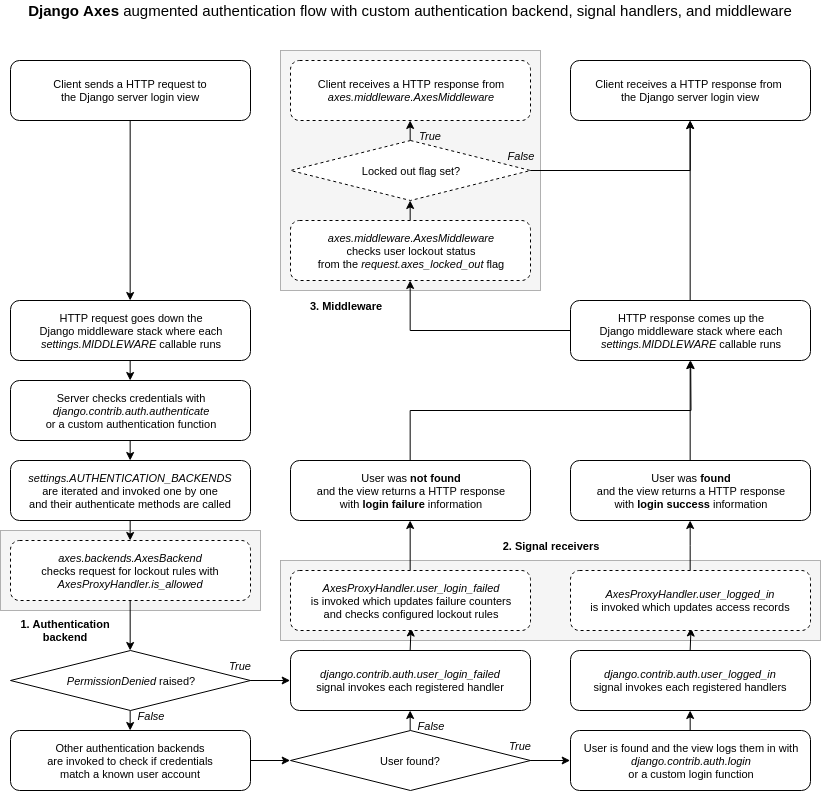
The draw.io diagram docs/images/flow.png in jazzband/django-axes, before a commit. Source tidied: cells renumbered, new cells last; positions are measured from the earlier drawing's top-left corner, leaving out a move shared by most shapes.
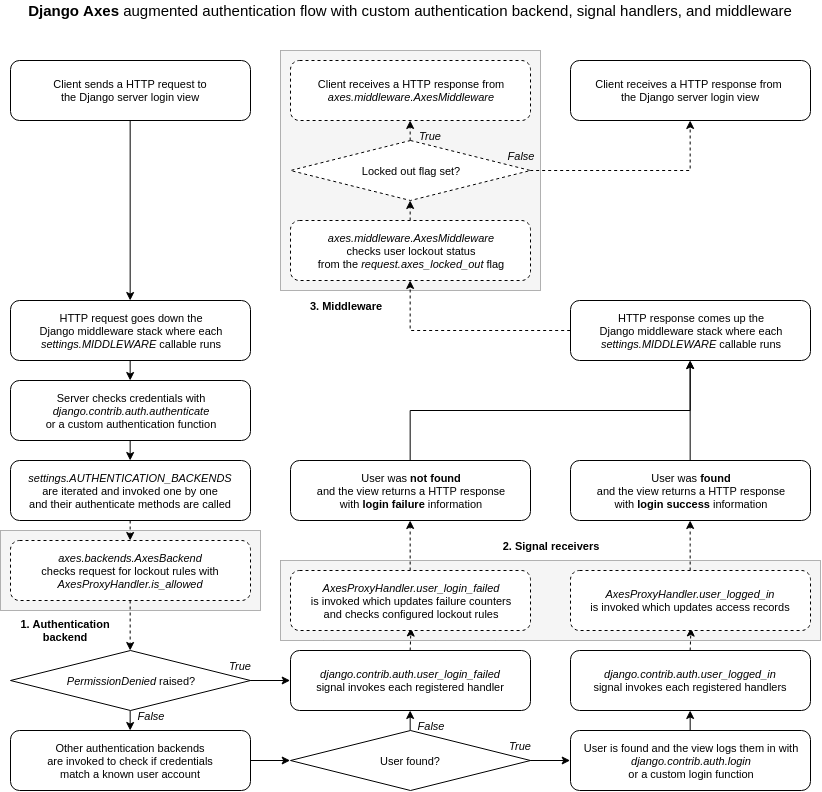
Later version of the same file.

Commit message:
Further update login flow diagram

Diff of the diagram source:
```diff
@@ -28,3 +28,3 @@
     </mxCell>
-    <mxCell id="10" style="edgeStyle=orthogonalEdgeStyle;rounded=0;jettySize=auto;html=1;exitX=0.5;exitY=1;exitDx=0;exitDy=0;entryX=0.5;entryY=0;entryDx=0;entryDy=0;fontSize=11;" parent="1" edge="1" source="11" target="13">
+    <mxCell id="10" style="edgeStyle=orthogonalEdgeStyle;rounded=0;jettySize=auto;html=1;exitX=0.5;exitY=1;exitDx=0;exitDy=0;entryX=0.5;entryY=0;entryDx=0;entryDy=0;fontSize=11;dashed=1;" parent="1" edge="1" source="11" target="13">
       <mxGeometry relative="1" as="geometry" />
@@ -34,3 +34,3 @@
     </mxCell>
-    <mxCell id="12" style="edgeStyle=orthogonalEdgeStyle;rounded=0;jettySize=auto;html=1;exitX=0.5;exitY=1;exitDx=0;exitDy=0;entryX=0.5;entryY=0;entryDx=0;entryDy=0;fontSize=11;" parent="1" edge="1" source="13" target="9">
+    <mxCell id="12" style="edgeStyle=orthogonalEdgeStyle;rounded=0;jettySize=auto;html=1;exitX=0.5;exitY=1;exitDx=0;exitDy=0;entryX=0.5;entryY=0;entryDx=0;entryDy=0;fontSize=11;dashed=1;" parent="1" edge="1" source="13" target="9">
       <mxGeometry relative="1" as="geometry" />
@@ -55,3 +55,3 @@
     </mxCell>
-    <mxCell id="19" style="edgeStyle=orthogonalEdgeStyle;rounded=0;jettySize=auto;html=1;exitX=0.5;exitY=0;exitDx=0;exitDy=0;entryX=0.5;entryY=1;entryDx=0;entryDy=0;fontSize=11;" parent="1" edge="1" source="20" target="44">
+    <mxCell id="19" style="edgeStyle=orthogonalEdgeStyle;rounded=0;jettySize=auto;html=1;exitX=0.5;exitY=0;exitDx=0;exitDy=0;entryX=0.5;entryY=1;entryDx=0;entryDy=0;fontSize=11;" parent="1" edge="1" source="20" target="43">
       <mxGeometry relative="1" as="geometry" />
@@ -61,3 +61,3 @@
     </mxCell>
-    <mxCell id="21" style="edgeStyle=orthogonalEdgeStyle;rounded=0;jettySize=auto;html=1;exitX=0.5;exitY=0;exitDx=0;exitDy=0;entryX=0.5;entryY=1;entryDx=0;entryDy=0;fontSize=11;" parent="1" edge="1" source="22">
+    <mxCell id="21" style="edgeStyle=orthogonalEdgeStyle;rounded=0;jettySize=auto;html=1;exitX=0.5;exitY=0;exitDx=0;exitDy=0;entryX=0.5;entryY=1;entryDx=0;entryDy=0;fontSize=11;dashed=1;" parent="1" edge="1" source="22">
       <mxGeometry relative="1" as="geometry">
@@ -81,9 +81,9 @@
     </mxCell>
-    <mxCell id="27" style="edgeStyle=orthogonalEdgeStyle;rounded=0;jettySize=auto;html=1;exitX=0.5;exitY=0;exitDx=0;exitDy=0;entryX=0.5;entryY=1;entryDx=0;entryDy=0;fontSize=11;" parent="1" edge="1" source="40" target="42">
+    <mxCell id="27" style="edgeStyle=orthogonalEdgeStyle;rounded=0;jettySize=auto;html=1;exitX=0.5;exitY=0;exitDx=0;exitDy=0;entryX=0.5;entryY=1;entryDx=0;entryDy=0;fontSize=11;dashed=1;" parent="1" edge="1" source="39" target="41">
       <mxGeometry relative="1" as="geometry" />
     </mxCell>
-    <mxCell id="28" style="edgeStyle=orthogonalEdgeStyle;rounded=0;jettySize=auto;html=1;exitX=0.5;exitY=0;exitDx=0;exitDy=0;entryX=0.5;entryY=1;entryDx=0;entryDy=0;fontSize=11;" parent="1" edge="1" source="30" target="31">
+    <mxCell id="28" style="edgeStyle=orthogonalEdgeStyle;rounded=0;jettySize=auto;html=1;exitX=0.5;exitY=0;exitDx=0;exitDy=0;entryX=0.5;entryY=1;entryDx=0;entryDy=0;fontSize=11;dashed=1;" parent="1" edge="1" source="30" target="31">
       <mxGeometry relative="1" as="geometry" />
     </mxCell>
-    <mxCell id="29" style="edgeStyle=orthogonalEdgeStyle;rounded=0;jettySize=auto;html=1;exitX=1;exitY=0.5;exitDx=0;exitDy=0;entryX=0.5;entryY=1;entryDx=0;entryDy=0;fontSize=11;" parent="1" edge="1" source="30" target="32">
+    <mxCell id="29" style="edgeStyle=orthogonalEdgeStyle;rounded=0;jettySize=auto;html=1;exitX=1;exitY=0.5;exitDx=0;exitDy=0;entryX=0.5;entryY=1;entryDx=0;entryDy=0;fontSize=11;dashed=1;" parent="1" edge="1" source="30" target="32">
       <mxGeometry relative="1" as="geometry" />
@@ -99,78 +99,73 @@
     </mxCell>
-    <mxCell id="33" style="edgeStyle=orthogonalEdgeStyle;rounded=0;jettySize=auto;html=1;exitX=0.5;exitY=0;exitDx=0;exitDy=0;entryX=0.5;entryY=1;entryDx=0;entryDy=0;fontSize=11;" parent="1" edge="1" source="35" target="32">
+    <mxCell id="33" style="edgeStyle=orthogonalEdgeStyle;rounded=0;jettySize=auto;html=1;exitX=0;exitY=0.5;exitDx=0;exitDy=0;fontSize=11;dashed=1;" parent="1" edge="1" source="34" target="36">
       <mxGeometry relative="1" as="geometry" />
     </mxCell>
-    <mxCell id="34" style="edgeStyle=orthogonalEdgeStyle;rounded=0;jettySize=auto;html=1;exitX=0;exitY=0.5;exitDx=0;exitDy=0;fontSize=11;" parent="1" edge="1" source="35" target="37">
-      <mxGeometry relative="1" as="geometry" />
+    <mxCell id="34" value="&lt;font style=&quot;font-size: 11px&quot;&gt;HTTP response comes up the&lt;br style=&quot;font-size: 11px&quot;&gt;Django middleware stack where each&lt;br style=&quot;font-size: 11px&quot;&gt;&lt;i style=&quot;font-size: 11px&quot;&gt;settings.MIDDLEWARE&lt;/i&gt;&amp;nbsp;callable runs&lt;/font&gt;&lt;br style=&quot;font-size: 11px&quot;&gt;" style="rounded=1;whiteSpace=wrap;html=1;fontSize=11;" parent="1" vertex="1">
+      <mxGeometry x="570" y="300" width="240" height="60" as="geometry" />
     </mxCell>
-    <mxCell id="35" value="&lt;font style=&quot;font-size: 11px&quot;&gt;HTTP response comes up the&lt;br style=&quot;font-size: 11px&quot;&gt;Django middleware stack where each&lt;br style=&quot;font-size: 11px&quot;&gt;&lt;i style=&quot;font-size: 11px&quot;&gt;settings.MIDDLEWARE&lt;/i&gt;&amp;nbsp;callable runs&lt;/font&gt;&lt;br style=&quot;font-size: 11px&quot;&gt;" style="rounded=1;whiteSpace=wrap;html=1;fontSize=11;" parent="1" vertex="1">
-      <mxGeometry x="570" y="300" width="240" height="60" as="geometry" />
+    <mxCell id="35" style="edgeStyle=orthogonalEdgeStyle;rounded=0;jettySize=auto;html=1;exitX=0.5;exitY=0;exitDx=0;exitDy=0;entryX=0.5;entryY=1;entryDx=0;entryDy=0;fontSize=11;dashed=1;" parent="1" edge="1" source="36" target="30">
+      <mxGeometry relative="1" as="geometry" />
     </mxCell>
-    <mxCell id="36" style="edgeStyle=orthogonalEdgeStyle;rounded=0;jettySize=auto;html=1;exitX=0.5;exitY=0;exitDx=0;exitDy=0;entryX=0.5;entryY=1;entryDx=0;entryDy=0;fontSize=11;" parent="1" edge="1" source="37" target="30">
-      <mxGeometry relative="1" as="geometry" />
+    <mxCell id="36" value="&lt;font style=&quot;font-size: 11px&quot;&gt;&lt;font style=&quot;font-size: 11px;&quot;&gt;&lt;i style=&quot;font-size: 11px;&quot;&gt;axes.middleware.AxesMiddleware&lt;/i&gt;&lt;br style=&quot;font-size: 11px;&quot;&gt;checks user lockout status&lt;br style=&quot;font-size: 11px;&quot;&gt;&lt;/font&gt;from the &lt;i style=&quot;font-size: 11px;&quot;&gt;request.axes_locked_out&lt;/i&gt; flag&lt;/font&gt;&lt;br style=&quot;font-size: 11px;&quot;&gt;" style="rounded=1;whiteSpace=wrap;html=1;dashed=1;fontSize=11;" parent="1" vertex="1">
+      <mxGeometry x="290" y="220" width="240" height="60" as="geometry" />
     </mxCell>
-    <mxCell id="37" value="&lt;font style=&quot;font-size: 11px&quot;&gt;&lt;font style=&quot;font-size: 11px;&quot;&gt;&lt;i style=&quot;font-size: 11px;&quot;&gt;axes.middleware.AxesMiddleware&lt;/i&gt;&lt;br style=&quot;font-size: 11px;&quot;&gt;checks user lockout status&lt;br style=&quot;font-size: 11px;&quot;&gt;&lt;/font&gt;from the &lt;i style=&quot;font-size: 11px;&quot;&gt;request.axes_locked_out&lt;/i&gt; flag&lt;/font&gt;&lt;br style=&quot;font-size: 11px;&quot;&gt;" style="rounded=1;whiteSpace=wrap;html=1;dashed=1;fontSize=11;" parent="1" vertex="1">
-      <mxGeometry x="290" y="220" width="240" height="60" as="geometry" />
+    <mxCell id="37" value="&lt;i style=&quot;font-size: 11px;&quot;&gt;&lt;font style=&quot;font-size: 11px;&quot;&gt;False&lt;/font&gt;&lt;/i&gt;" style="text;html=1;strokeColor=none;fillColor=none;align=center;verticalAlign=middle;whiteSpace=wrap;rounded=0;dashed=1;fontSize=11;" parent="1" vertex="1">
+      <mxGeometry x="410" y="720" width="40" height="10" as="geometry" />
     </mxCell>
-    <mxCell id="38" value="&lt;i style=&quot;font-size: 11px;&quot;&gt;&lt;font style=&quot;font-size: 11px;&quot;&gt;False&lt;/font&gt;&lt;/i&gt;" style="text;html=1;strokeColor=none;fillColor=none;align=center;verticalAlign=middle;whiteSpace=wrap;rounded=0;dashed=1;fontSize=11;" parent="1" vertex="1">
-      <mxGeometry x="410" y="720" width="40" height="10" as="geometry" />
+    <mxCell id="38" value="&lt;i style=&quot;font-size: 11px;&quot;&gt;&lt;font style=&quot;font-size: 11px;&quot;&gt;True&lt;/font&gt;&lt;/i&gt;" style="text;html=1;strokeColor=none;fillColor=none;align=center;verticalAlign=middle;whiteSpace=wrap;rounded=0;dashed=1;fontSize=11;" parent="1" vertex="1">
+      <mxGeometry x="500" y="740" width="40" height="10" as="geometry" />
     </mxCell>
-    <mxCell id="39" value="&lt;i style=&quot;font-size: 11px;&quot;&gt;&lt;font style=&quot;font-size: 11px;&quot;&gt;True&lt;/font&gt;&lt;/i&gt;" style="text;html=1;strokeColor=none;fillColor=none;align=center;verticalAlign=middle;whiteSpace=wrap;rounded=0;dashed=1;fontSize=11;" parent="1" vertex="1">
-      <mxGeometry x="500" y="740" width="40" height="10" as="geometry" />
+    <mxCell id="39" value="&lt;font style=&quot;font-size: 11px&quot;&gt;&lt;i style=&quot;font-size: 11px&quot;&gt;AxesProxyHandler.user_login_failed&lt;/i&gt;&lt;br style=&quot;font-size: 11px&quot;&gt;is invoked which&amp;nbsp;updates failure counters&lt;br&gt;and checks configured lockout rules&lt;/font&gt;&lt;br style=&quot;font-size: 11px&quot;&gt;" style="rounded=1;whiteSpace=wrap;html=1;dashed=1;fontSize=11;" parent="1" vertex="1">
+      <mxGeometry x="290" y="570" width="240" height="60" as="geometry" />
     </mxCell>
-    <mxCell id="40" value="&lt;font style=&quot;font-size: 11px&quot;&gt;&lt;i style=&quot;font-size: 11px&quot;&gt;AxesProxyHandler.user_login_failed&lt;/i&gt;&lt;br style=&quot;font-size: 11px&quot;&gt;is invoked which&amp;nbsp;updates failure counters&lt;br&gt;and checks configured lockout rules&lt;/font&gt;&lt;br style=&quot;font-size: 11px&quot;&gt;" style="rounded=1;whiteSpace=wrap;html=1;dashed=1;fontSize=11;" parent="1" vertex="1">
-      <mxGeometry x="290" y="570" width="240" height="60" as="geometry" />
+    <mxCell id="40" style="edgeStyle=orthogonalEdgeStyle;rounded=0;jettySize=auto;html=1;exitX=0.5;exitY=0;exitDx=0;exitDy=0;entryX=0.5;entryY=1;entryDx=0;entryDy=0;fontSize=11;" parent="1" edge="1" source="41" target="34">
+      <mxGeometry relative="1" as="geometry" />
     </mxCell>
-    <mxCell id="41" style="edgeStyle=orthogonalEdgeStyle;rounded=0;jettySize=auto;html=1;exitX=0.5;exitY=0;exitDx=0;exitDy=0;entryX=0.5;entryY=1;entryDx=0;entryDy=0;fontSize=11;" parent="1" edge="1" source="42" target="35">
-      <mxGeometry relative="1" as="geometry" />
+    <mxCell id="41" value="&lt;font style=&quot;font-size: 11px&quot;&gt;User was &lt;b style=&quot;font-size: 11px;&quot;&gt;not found&lt;/b&gt;&lt;br style=&quot;font-size: 11px;&quot;&gt;and the view returns a HTTP response&lt;br style=&quot;font-size: 11px;&quot;&gt;with &lt;b style=&quot;font-size: 11px;&quot;&gt;login failure&lt;/b&gt; information&lt;/font&gt;&lt;br style=&quot;font-size: 11px;&quot;&gt;" style="rounded=1;whiteSpace=wrap;html=1;fontSize=11;" parent="1" vertex="1">
+      <mxGeometry x="290" y="460" width="240" height="60" as="geometry" />
     </mxCell>
-    <mxCell id="42" value="&lt;font style=&quot;font-size: 11px&quot;&gt;User was &lt;b style=&quot;font-size: 11px;&quot;&gt;not found&lt;/b&gt;&lt;br style=&quot;font-size: 11px;&quot;&gt;and the view returns a HTTP response&lt;br style=&quot;font-size: 11px;&quot;&gt;with &lt;b style=&quot;font-size: 11px;&quot;&gt;login failure&lt;/b&gt; information&lt;/font&gt;&lt;br style=&quot;font-size: 11px;&quot;&gt;" style="rounded=1;whiteSpace=wrap;html=1;fontSize=11;" parent="1" vertex="1">
-      <mxGeometry x="290" y="460" width="240" height="60" as="geometry" />
+    <mxCell id="42" style="edgeStyle=orthogonalEdgeStyle;rounded=0;jettySize=auto;html=1;exitX=0.5;exitY=0;exitDx=0;exitDy=0;entryX=0.5;entryY=1;entryDx=0;entryDy=0;fontSize=11;dashed=1;" parent="1" edge="1" source="43">
+      <mxGeometry relative="1" as="geometry">
+        <mxPoint x="690.5" y="627.5" as="targetPoint" />
+      </mxGeometry>
     </mxCell>
-    <mxCell id="43" style="edgeStyle=orthogonalEdgeStyle;rounded=0;jettySize=auto;html=1;exitX=0.5;exitY=0;exitDx=0;exitDy=0;entryX=0.5;entryY=1;entryDx=0;entryDy=0;fontSize=11;" parent="1" edge="1" source="44">
-      <mxGeometry relative="1" as="geometry">
-        <mxPoint x="690.5" y="627.5" as="targetPoint" />
-      </mxGeometry>
+    <mxCell id="43" value="&lt;font style=&quot;font-size: 11px&quot;&gt;&lt;i&gt;django.contrib.auth.user_logged_in&lt;br style=&quot;font-size: 11px&quot;&gt;&lt;/i&gt;signal invokes each registered handlers&lt;/font&gt;&lt;br style=&quot;font-size: 11px&quot;&gt;" style="rounded=1;whiteSpace=wrap;html=1;fontSize=11;" parent="1" vertex="1">
+      <mxGeometry x="570" y="650" width="240" height="60" as="geometry" />
     </mxCell>
-    <mxCell id="44" value="&lt;font style=&quot;font-size: 11px&quot;&gt;&lt;i&gt;django.contrib.auth.user_logged_in&lt;br style=&quot;font-size: 11px&quot;&gt;&lt;/i&gt;signal invokes each registered handlers&lt;/font&gt;&lt;br style=&quot;font-size: 11px&quot;&gt;" style="rounded=1;whiteSpace=wrap;html=1;fontSize=11;" parent="1" vertex="1">
-      <mxGeometry x="570" y="650" width="240" height="60" as="geometry" />
+    <mxCell id="44" style="edgeStyle=orthogonalEdgeStyle;rounded=0;jettySize=auto;html=1;exitX=0.5;exitY=0;exitDx=0;exitDy=0;fontSize=11;dashed=1;" parent="1" edge="1" source="45" target="55">
+      <mxGeometry relative="1" as="geometry" />
     </mxCell>
-    <mxCell id="45" style="edgeStyle=orthogonalEdgeStyle;rounded=0;jettySize=auto;html=1;exitX=0.5;exitY=0;exitDx=0;exitDy=0;fontSize=11;" parent="1" edge="1" source="46" target="56">
-      <mxGeometry relative="1" as="geometry" />
+    <mxCell id="45" value="&lt;font style=&quot;font-size: 11px&quot;&gt;&lt;i style=&quot;font-size: 11px;&quot;&gt;AxesProxyHandler.user_logged_in&lt;/i&gt;&lt;br style=&quot;font-size: 11px;&quot;&gt;is invoked which updates access records&lt;/font&gt;&lt;br style=&quot;font-size: 11px;&quot;&gt;" style="rounded=1;whiteSpace=wrap;html=1;dashed=1;fontSize=11;" parent="1" vertex="1">
+      <mxGeometry x="570" y="570" width="240" height="60" as="geometry" />
     </mxCell>
-    <mxCell id="46" value="&lt;font style=&quot;font-size: 11px&quot;&gt;&lt;i style=&quot;font-size: 11px;&quot;&gt;AxesProxyHandler.user_logged_in&lt;/i&gt;&lt;br style=&quot;font-size: 11px;&quot;&gt;is invoked which updates access records&lt;/font&gt;&lt;br style=&quot;font-size: 11px;&quot;&gt;" style="rounded=1;whiteSpace=wrap;html=1;dashed=1;fontSize=11;" parent="1" vertex="1">
-      <mxGeometry x="570" y="570" width="240" height="60" as="geometry" />
+    <mxCell id="46" value="&lt;span style=&quot;font-size: 11px;&quot;&gt;&lt;i style=&quot;font-size: 11px;&quot;&gt;True&lt;/i&gt;&lt;/span&gt;" style="text;html=1;strokeColor=none;fillColor=none;align=center;verticalAlign=middle;whiteSpace=wrap;rounded=0;dashed=1;fontSize=11;" parent="1" vertex="1">
+      <mxGeometry x="220" y="660" width="40" height="10" as="geometry" />
     </mxCell>
-    <mxCell id="47" value="&lt;span style=&quot;font-size: 11px;&quot;&gt;&lt;i style=&quot;font-size: 11px;&quot;&gt;True&lt;/i&gt;&lt;/span&gt;" style="text;html=1;strokeColor=none;fillColor=none;align=center;verticalAlign=middle;whiteSpace=wrap;rounded=0;dashed=1;fontSize=11;" parent="1" vertex="1">
-      <mxGeometry x="220" y="660" width="40" height="10" as="geometry" />
+    <mxCell id="47" value="&lt;span style=&quot;font-size: 11px;&quot;&gt;&lt;i style=&quot;font-size: 11px;&quot;&gt;False&lt;/i&gt;&lt;/span&gt;" style="text;html=1;strokeColor=none;fillColor=none;align=center;verticalAlign=middle;whiteSpace=wrap;rounded=0;dashed=1;fontSize=11;" parent="1" vertex="1">
+      <mxGeometry x="130" y="710" width="40" height="10" as="geometry" />
     </mxCell>
-    <mxCell id="48" value="&lt;span style=&quot;font-size: 11px;&quot;&gt;&lt;i style=&quot;font-size: 11px;&quot;&gt;False&lt;/i&gt;&lt;/span&gt;" style="text;html=1;strokeColor=none;fillColor=none;align=center;verticalAlign=middle;whiteSpace=wrap;rounded=0;dashed=1;fontSize=11;" parent="1" vertex="1">
-      <mxGeometry x="130" y="710" width="40" height="10" as="geometry" />
+    <mxCell id="48" value="&lt;span style=&quot;font-size: 11px;&quot;&gt;&lt;i style=&quot;font-size: 11px;&quot;&gt;True&lt;/i&gt;&lt;/span&gt;" style="text;html=1;strokeColor=none;fillColor=none;align=center;verticalAlign=middle;whiteSpace=wrap;rounded=0;dashed=1;fontSize=11;" parent="1" vertex="1">
+      <mxGeometry x="410" y="130" width="40" height="10" as="geometry" />
     </mxCell>
-    <mxCell id="49" value="&lt;span style=&quot;font-size: 11px;&quot;&gt;&lt;i style=&quot;font-size: 11px;&quot;&gt;True&lt;/i&gt;&lt;/span&gt;" style="text;html=1;strokeColor=none;fillColor=none;align=center;verticalAlign=middle;whiteSpace=wrap;rounded=0;dashed=1;fontSize=11;" parent="1" vertex="1">
-      <mxGeometry x="410" y="130" width="40" height="10" as="geometry" />
+    <mxCell id="49" value="&lt;span style=&quot;font-size: 11px;&quot;&gt;&lt;i style=&quot;font-size: 11px;&quot;&gt;False&lt;/i&gt;&lt;/span&gt;" style="text;html=1;strokeColor=none;fillColor=none;align=center;verticalAlign=middle;whiteSpace=wrap;rounded=0;dashed=1;fontSize=11;" parent="1" vertex="1">
+      <mxGeometry x="500" y="150" width="40" height="10" as="geometry" />
     </mxCell>
-    <mxCell id="50" value="&lt;span style=&quot;font-size: 11px;&quot;&gt;&lt;i style=&quot;font-size: 11px;&quot;&gt;False&lt;/i&gt;&lt;/span&gt;" style="text;html=1;strokeColor=none;fillColor=none;align=center;verticalAlign=middle;whiteSpace=wrap;rounded=0;dashed=1;fontSize=11;" parent="1" vertex="1">
-      <mxGeometry x="500" y="150" width="40" height="10" as="geometry" />
+    <mxCell id="50" value="&lt;span style=&quot;font-size: 11px&quot;&gt;3.&lt;/span&gt;&amp;nbsp;Middleware&lt;br style=&quot;font-size: 11px&quot;&gt;" style="text;html=1;strokeColor=none;fillColor=none;align=center;verticalAlign=middle;whiteSpace=wrap;rounded=0;dashed=1;dashPattern=1 1;fontSize=11;fontStyle=1;" parent="1" vertex="1">
+      <mxGeometry x="280" y="290" width="130" height="30" as="geometry" />
     </mxCell>
-    <mxCell id="51" value="&lt;span style=&quot;font-size: 11px&quot;&gt;3.&lt;/span&gt;&amp;nbsp;Middleware&lt;br style=&quot;font-size: 11px&quot;&gt;" style="text;html=1;strokeColor=none;fillColor=none;align=center;verticalAlign=middle;whiteSpace=wrap;rounded=0;dashed=1;dashPattern=1 1;fontSize=11;fontStyle=1;" parent="1" vertex="1">
-      <mxGeometry x="280" y="290" width="130" height="30" as="geometry" />
+    <mxCell id="51" value="&lt;span style=&quot;font-size: 11px&quot;&gt;1. A&lt;/span&gt;uthentication&lt;br&gt;backend&lt;br&gt;" style="text;html=1;strokeColor=none;fillColor=none;align=center;verticalAlign=middle;whiteSpace=wrap;rounded=0;dashed=1;dashPattern=1 1;fontSize=11;fontStyle=1;" parent="1" vertex="1">
+      <mxGeometry y="610" width="130" height="39" as="geometry" />
     </mxCell>
-    <mxCell id="52" value="&lt;span style=&quot;font-size: 11px&quot;&gt;1. A&lt;/span&gt;uthentication&lt;br&gt;backend&lt;br&gt;" style="text;html=1;strokeColor=none;fillColor=none;align=center;verticalAlign=middle;whiteSpace=wrap;rounded=0;dashed=1;dashPattern=1 1;fontSize=11;fontStyle=1;" parent="1" vertex="1">
-      <mxGeometry y="610" width="130" height="39" as="geometry" />
+    <mxCell id="52" value="&lt;span style=&quot;font-size: 11px&quot;&gt;2.&lt;/span&gt;&amp;nbsp;Signal receivers&lt;br style=&quot;font-size: 11px&quot;&gt;" style="text;html=1;strokeColor=none;fillColor=none;align=center;verticalAlign=middle;whiteSpace=wrap;rounded=0;dashed=1;dashPattern=1 1;fontSize=11;fontStyle=1;" parent="1" vertex="1">
+      <mxGeometry x="410" y="530" width="280" height="30" as="geometry" />
     </mxCell>
-    <mxCell id="53" value="&lt;span style=&quot;font-size: 11px&quot;&gt;2.&lt;/span&gt;&amp;nbsp;Signal receivers&lt;br style=&quot;font-size: 11px&quot;&gt;" style="text;html=1;strokeColor=none;fillColor=none;align=center;verticalAlign=middle;whiteSpace=wrap;rounded=0;dashed=1;dashPattern=1 1;fontSize=11;fontStyle=1;" parent="1" vertex="1">
-      <mxGeometry x="410" y="530" width="280" height="30" as="geometry" />
+    <mxCell id="53" value="&lt;font style=&quot;font-size: 15px&quot;&gt;&lt;b&gt;Django Axes&lt;/b&gt; augmented authentication flow with custom authentication backend, signal handlers, and middleware&lt;/font&gt;" style="text;html=1;strokeColor=none;fillColor=none;align=center;verticalAlign=middle;whiteSpace=wrap;rounded=0;dashed=1;dashPattern=1 1;fontSize=14;" parent="1" vertex="1">
+      <mxGeometry x="10" width="800" height="20" as="geometry" />
     </mxCell>
-    <mxCell id="54" value="&lt;font style=&quot;font-size: 15px&quot;&gt;&lt;b&gt;Django Axes&lt;/b&gt; augmented authentication flow with custom authentication backend, signal handlers, and middleware&lt;/font&gt;" style="text;html=1;strokeColor=none;fillColor=none;align=center;verticalAlign=middle;whiteSpace=wrap;rounded=0;dashed=1;dashPattern=1 1;fontSize=14;" parent="1" vertex="1">
-      <mxGeometry x="10" width="800" height="20" as="geometry" />
+    <mxCell id="54" style="edgeStyle=orthogonalEdgeStyle;rounded=0;jettySize=auto;html=1;exitX=0.5;exitY=0;exitDx=0;exitDy=0;entryX=0.5;entryY=1;entryDx=0;entryDy=0;" parent="1" edge="1" source="55" target="34">
+      <mxGeometry relative="1" as="geometry" />
     </mxCell>
-    <mxCell id="55" style="edgeStyle=orthogonalEdgeStyle;rounded=0;jettySize=auto;html=1;exitX=0.5;exitY=0;exitDx=0;exitDy=0;fontSize=11;" parent="1" edge="1" source="56">
-      <mxGeometry relative="1" as="geometry">
-        <mxPoint x="690.2" y="360" as="targetPoint" />
-      </mxGeometry>
+    <mxCell id="55" value="&lt;font style=&quot;font-size: 11px&quot;&gt;User was &lt;b style=&quot;font-size: 11px;&quot;&gt;found&lt;/b&gt;&lt;br style=&quot;font-size: 11px;&quot;&gt;and the view returns a HTTP response&lt;br style=&quot;font-size: 11px;&quot;&gt;with &lt;b style=&quot;font-size: 11px;&quot;&gt;login success&lt;/b&gt; information&lt;/font&gt;&lt;br style=&quot;font-size: 11px;&quot;&gt;" style="rounded=1;whiteSpace=wrap;html=1;fontSize=11;" parent="1" vertex="1">
+      <mxGeometry x="570" y="460" width="240" height="60" as="geometry" />
     </mxCell>
-    <mxCell id="56" value="&lt;font style=&quot;font-size: 11px&quot;&gt;User was &lt;b style=&quot;font-size: 11px;&quot;&gt;found&lt;/b&gt;&lt;br style=&quot;font-size: 11px;&quot;&gt;and the view returns a HTTP response&lt;br style=&quot;font-size: 11px;&quot;&gt;with &lt;b style=&quot;font-size: 11px;&quot;&gt;login success&lt;/b&gt; information&lt;/font&gt;&lt;br style=&quot;font-size: 11px;&quot;&gt;" style="rounded=1;whiteSpace=wrap;html=1;fontSize=11;" parent="1" vertex="1">
-      <mxGeometry x="570" y="460" width="240" height="60" as="geometry" />
-    </mxCell>
   </root>
```
